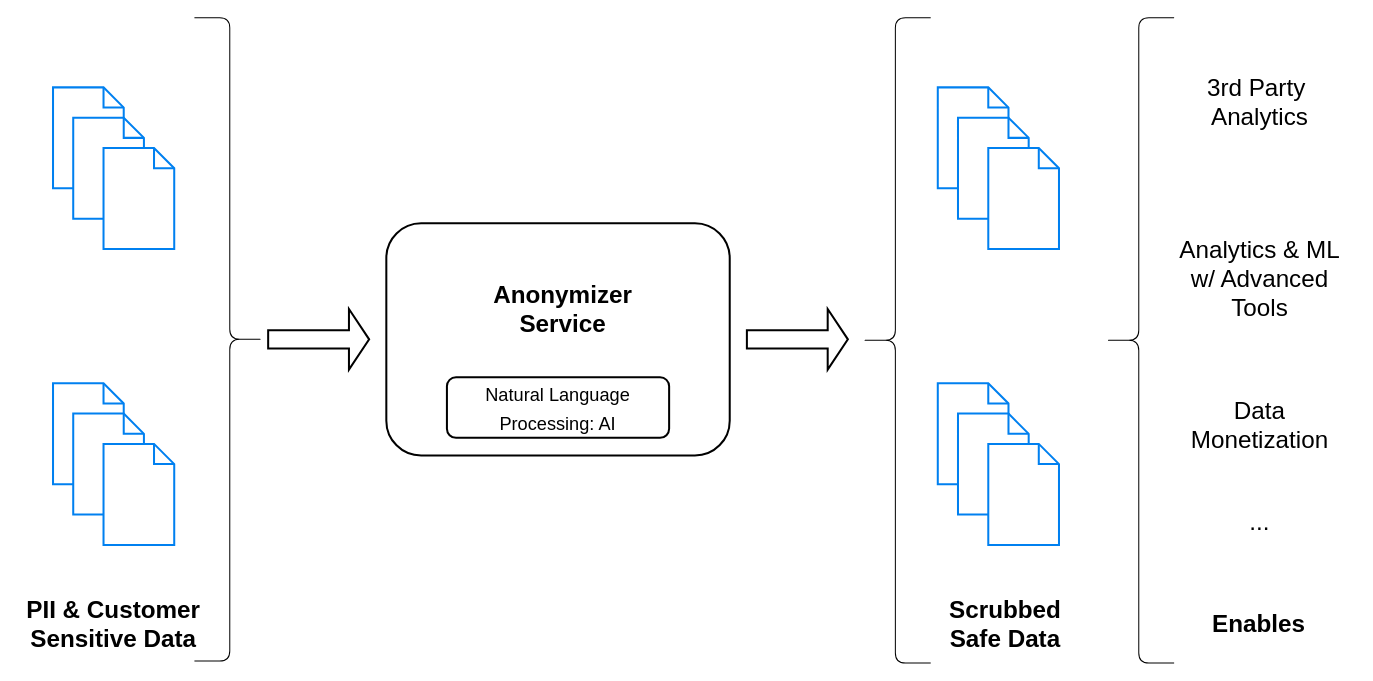
The draw.io diagram page "Arch Overview" (6 of 12) of AB3 - 2022-12-12-v1.drawio in fotoby/ab3, before the edit. Source tidied: cells renumbered, new cells numbered last; positions are measured from the earlier drawing's top-left corner, leaving out a move shared by most shapes. Both pictures are drawn from the tidied source at 101%, with x=0, y=0 at pixel (17, 17).
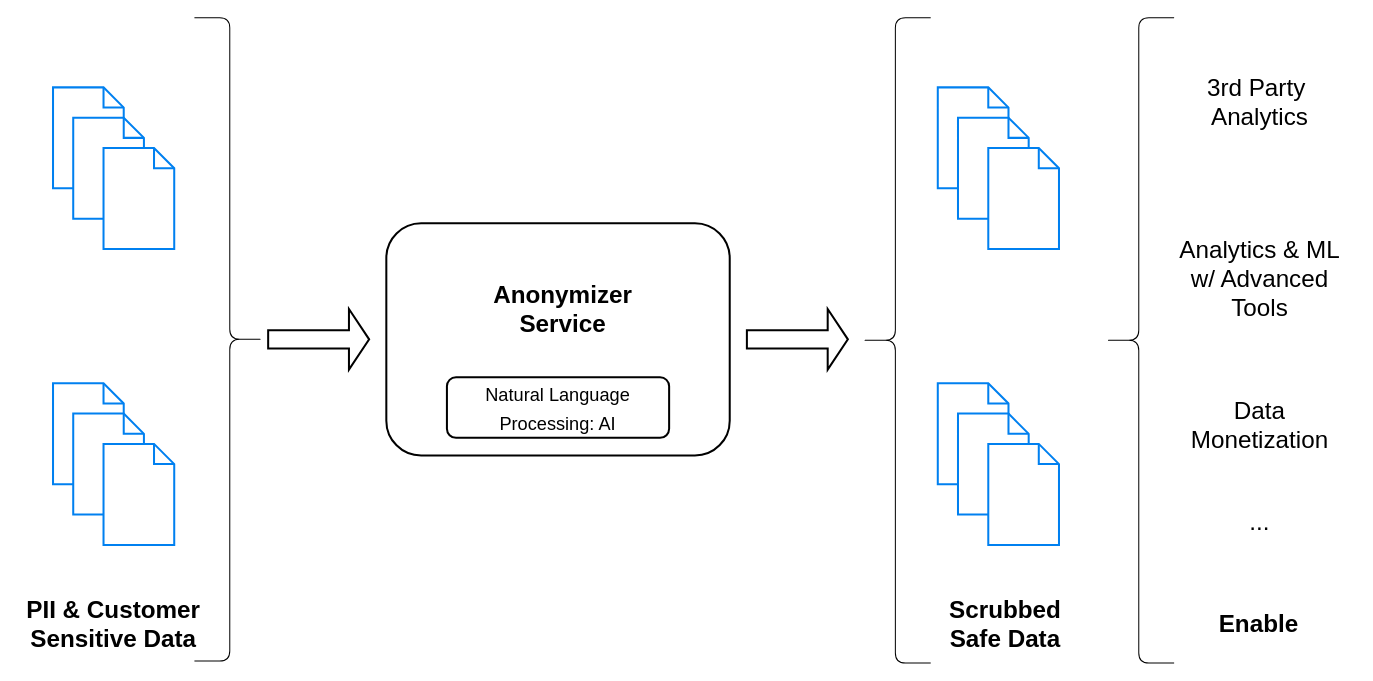
Above is the later version.

The edit, as a diff of the source:
```diff
@@
-    <mxCell id="27" value="&lt;b&gt;&lt;font style=&quot;font-size: 24px;&quot;&gt;Enables&lt;br&gt;&lt;/font&gt;&lt;/b&gt;" style="text;html=1;strokeColor=none;fillColor=none;align=center;verticalAlign=middle;whiteSpace=wrap;rounded=0;shadow=0;labelBorderColor=none;fontSize=18;fontColor=#000000;" parent="1" vertex="1">
+    <mxCell id="27" value="&lt;b&gt;&lt;font style=&quot;font-size: 24px;&quot;&gt;Enable&lt;br&gt;&lt;/font&gt;&lt;/b&gt;" style="text;html=1;strokeColor=none;fillColor=none;align=center;verticalAlign=middle;whiteSpace=wrap;rounded=0;shadow=0;labelBorderColor=none;fontSize=18;fontColor=#000000;" parent="1" vertex="1">
       <mxGeometry x="1134" y="586" width="190" height="30" as="geometry" />
     </mxCell>
```
